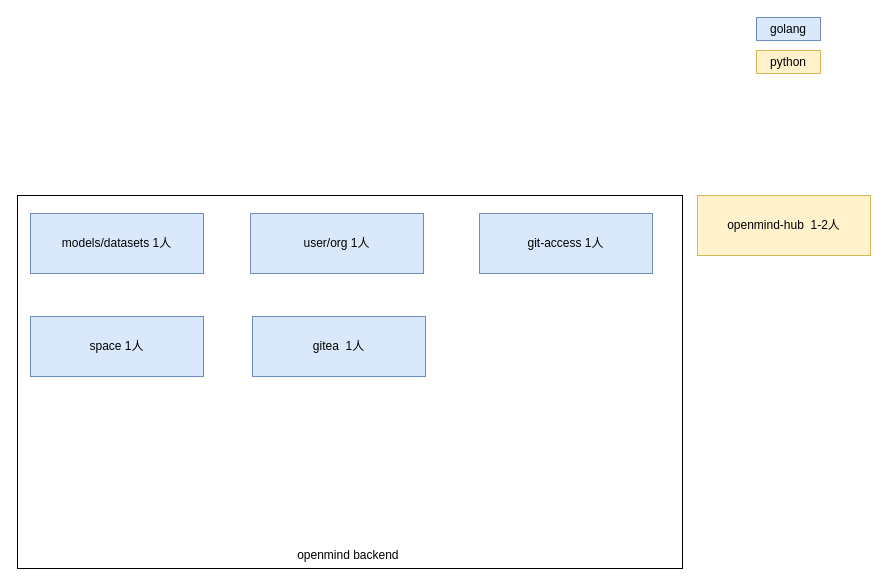
Above: openmind-hub.drawio in pkking/mydrawio (draw.io), before the change. Source tidied: cells renumbered, new cells numbered last; positions are measured from the earlier drawing's top-left corner, leaving out a move shared by most shapes. Both pictures are drawn from the tidied source at 100%, with x=0, y=0 at pixel (17, 17).
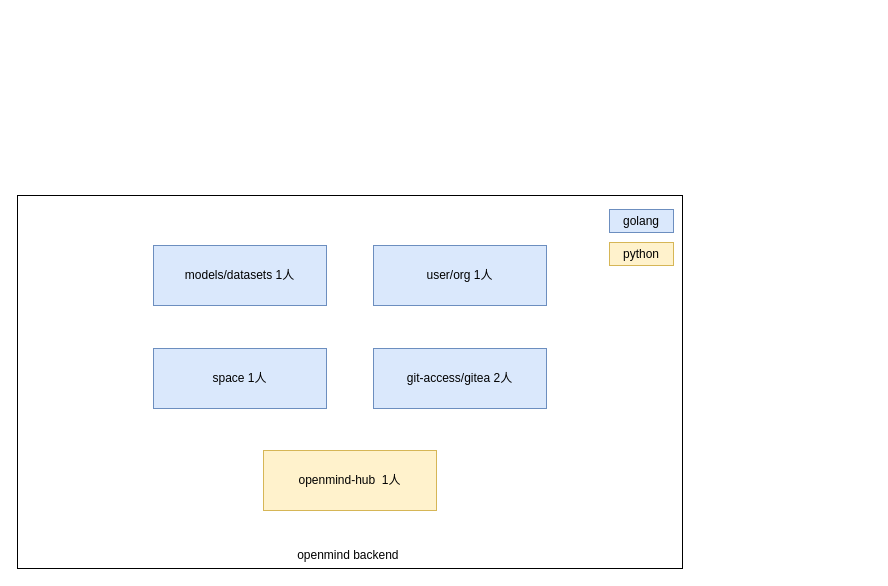
Above is the later version.

Change to the diagram source:
```diff
@@
 <mxGraphModel>
   <root>
     <mxCell id="0" />
     <mxCell id="1" parent="0" />
     <mxCell id="2" value="&lt;div&gt;&lt;br&gt;&lt;/div&gt;&lt;div&gt;&lt;br&gt;&lt;/div&gt;&lt;div&gt;&lt;br&gt;&lt;/div&gt;&lt;div&gt;&lt;br&gt;&lt;/div&gt;&lt;div&gt;&lt;br&gt;&lt;/div&gt;&lt;div&gt;&lt;br&gt;&lt;/div&gt;&lt;div&gt;&lt;br&gt;&lt;/div&gt;&lt;div&gt;&lt;br&gt;&lt;/div&gt;&lt;div&gt;&lt;br&gt;&lt;/div&gt;&lt;div&gt;&lt;br&gt;&lt;/div&gt;&lt;div&gt;&lt;br&gt;&lt;/div&gt;&lt;div&gt;&lt;br&gt;&lt;/div&gt;&lt;div&gt;&lt;br&gt;&lt;/div&gt;&lt;div&gt;&lt;br&gt;&lt;/div&gt;&lt;div&gt;&lt;br&gt;&lt;/div&gt;&lt;div&gt;&lt;br&gt;&lt;/div&gt;&lt;div&gt;&lt;br&gt;&lt;/div&gt;&lt;div&gt;&lt;br&gt;&lt;/div&gt;&lt;div&gt;&lt;br&gt;&lt;/div&gt;&lt;div&gt;&lt;br&gt;&lt;/div&gt;&lt;div&gt;&lt;br&gt;&lt;/div&gt;&lt;div&gt;&lt;br&gt;&lt;/div&gt;&lt;div&gt;&lt;br&gt;&lt;/div&gt;&lt;div&gt;&lt;br&gt;&lt;/div&gt;openmind backend&amp;nbsp;" style="rounded=0;whiteSpace=wrap;html=1;" parent="1" vertex="1">
       <mxGeometry y="178" width="665" height="373" as="geometry" />
     </mxCell>
     <mxCell id="3" value="models/datasets 1人" style="rounded=0;whiteSpace=wrap;html=1;fillColor=#dae8fc;strokeColor=#6c8ebf;" parent="1" vertex="1">
-      <mxGeometry x="13" y="196" width="173" height="60" as="geometry" />
+      <mxGeometry x="136" y="228" width="173" height="60" as="geometry" />
     </mxCell>
     <mxCell id="4" value="user/org&amp;nbsp;1人" style="rounded=0;whiteSpace=wrap;html=1;fillColor=#dae8fc;strokeColor=#6c8ebf;" parent="1" vertex="1">
-      <mxGeometry x="233" y="196" width="173" height="60" as="geometry" />
+      <mxGeometry x="356" y="228" width="173" height="60" as="geometry" />
     </mxCell>
-    <mxCell id="5" value="git-access&amp;nbsp;1人" style="rounded=0;whiteSpace=wrap;html=1;fillColor=#dae8fc;strokeColor=#6c8ebf;" parent="1" vertex="1">
-      <mxGeometry x="462" y="196" width="173" height="60" as="geometry" />
+    <mxCell id="5" value="git-access/gitea 2人" style="rounded=0;whiteSpace=wrap;html=1;fillColor=#dae8fc;strokeColor=#6c8ebf;" parent="1" vertex="1">
+      <mxGeometry x="356" y="331" width="173" height="60" as="geometry" />
     </mxCell>
     <mxCell id="6" value="space&amp;nbsp;1人" style="rounded=0;whiteSpace=wrap;html=1;fillColor=#dae8fc;strokeColor=#6c8ebf;" parent="1" vertex="1">
-      <mxGeometry x="13" y="299" width="173" height="60" as="geometry" />
+      <mxGeometry x="136" y="331" width="173" height="60" as="geometry" />
     </mxCell>
-    <mxCell id="7" value="gitea&amp;nbsp;&amp;nbsp;1人" style="rounded=0;whiteSpace=wrap;html=1;fillColor=#dae8fc;strokeColor=#6c8ebf;" parent="1" vertex="1">
-      <mxGeometry x="235" y="299" width="173" height="60" as="geometry" />
-    </mxCell>
-    <mxCell id="8" value="openmind-hub&amp;nbsp; 1-2人" style="rounded=0;whiteSpace=wrap;html=1;fillColor=#fff2cc;strokeColor=#d6b656;" parent="1" vertex="1">
-      <mxGeometry x="680" y="178" width="173" height="60" as="geometry" />
+    <mxCell id="8" value="openmind-hub&amp;nbsp; 1人" style="rounded=0;whiteSpace=wrap;html=1;fillColor=#fff2cc;strokeColor=#d6b656;" parent="1" vertex="1">
+      <mxGeometry x="246" y="433" width="173" height="60" as="geometry" />
     </mxCell>
     <mxCell id="9" value="python" style="rounded=0;whiteSpace=wrap;html=1;fillColor=#fff2cc;strokeColor=#d6b656;" parent="1" vertex="1">
-      <mxGeometry x="739" y="33" width="64" height="23" as="geometry" />
+      <mxGeometry x="592" y="225" width="64" height="23" as="geometry" />
     </mxCell>
     <mxCell id="10" value="golang" style="rounded=0;whiteSpace=wrap;html=1;fillColor=#dae8fc;strokeColor=#6c8ebf;" parent="1" vertex="1">
-      <mxGeometry x="739" width="64" height="23" as="geometry" />
+      <mxGeometry x="592" y="192" width="64" height="23" as="geometry" />
     </mxCell>
   </root>
 </mxGraphModel>
```
